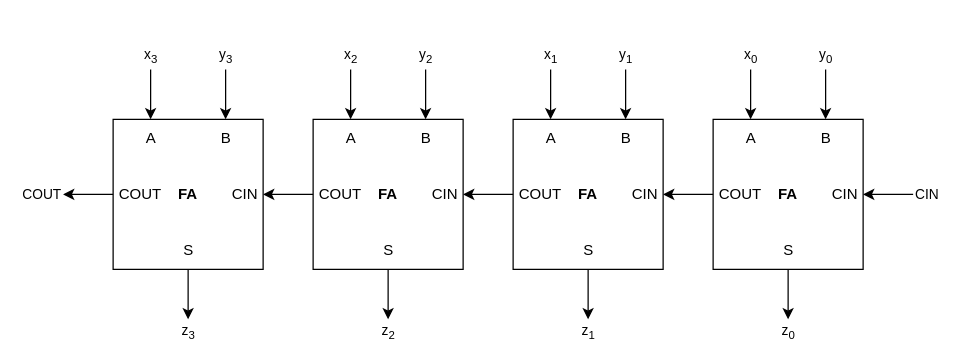
Before: 01_doc/03_drawings/01_design/butterfly/adder.drawio in Diogofernandes5/mthesis, a draw.io diagram. Source tidied: cells renumbered, new cells numbered last; positions are measured from the earlier drawing's top-left corner, leaving out a move shared by most shapes. Both pictures are drawn from the tidied source at 125%, with x=0, y=0 at pixel (62, 69).
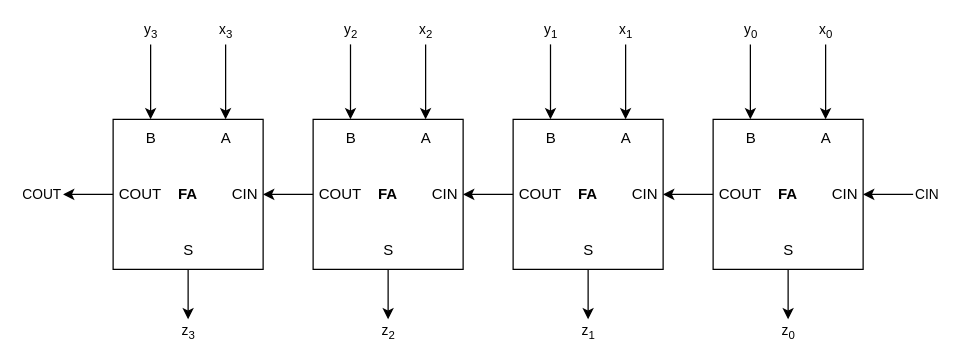
Above is the later version.

Diff of the diagram source:
```diff
@@
+    <mxCell id="13" value="FA" style="rounded=0;whiteSpace=wrap;html=1;fontStyle=1;" parent="1" vertex="1">
+      <mxGeometry x="360" y="40" width="120" height="120" as="geometry" />
+    </mxCell>
+    <mxCell id="23" value="FA" style="rounded=0;whiteSpace=wrap;html=1;fontStyle=1;" parent="1" vertex="1">
+      <mxGeometry x="200" y="40" width="120" height="120" as="geometry" />
+    </mxCell>
+    <mxCell id="33" value="FA" style="rounded=0;whiteSpace=wrap;html=1;fontStyle=1;" parent="1" vertex="1">
+      <mxGeometry x="40" y="40" width="120" height="120" as="geometry" />
+    </mxCell>
+    <mxCell id="43" value="B" style="text;html=1;align=center;verticalAlign=middle;points=[];strokeColor=none;fillColor=none;spacingRight=3;spacingLeft=3;" parent="1" vertex="1">
+      <mxGeometry x="535" y="40" width="30" height="30" as="geometry" />
+    </mxCell>
+    <mxCell id="44" value="A" style="text;html=1;align=center;verticalAlign=middle;points=[];strokeColor=none;fillColor=none;spacingRight=3;spacingLeft=3;" parent="1" vertex="1">
+      <mxGeometry x="595" y="40" width="30" height="30" as="geometry" />
+    </mxCell>
+    <mxCell id="45" value="B" style="text;html=1;align=center;verticalAlign=middle;points=[];strokeColor=none;fillColor=none;spacingRight=3;spacingLeft=3;" parent="1" vertex="1">
+      <mxGeometry x="375" y="40" width="30" height="30" as="geometry" />
+    </mxCell>
+    <mxCell id="46" value="A" style="text;html=1;align=center;verticalAlign=middle;points=[];strokeColor=none;fillColor=none;spacingRight=3;spacingLeft=3;" parent="1" vertex="1">
+      <mxGeometry x="435" y="40" width="30" height="30" as="geometry" />
+    </mxCell>
+    <mxCell id="47" value="B" style="text;html=1;align=center;verticalAlign=middle;points=[];strokeColor=none;fillColor=none;spacingRight=3;spacingLeft=3;" parent="1" vertex="1">
+      <mxGeometry x="215" y="40" width="30" height="30" as="geometry" />
+    </mxCell>
+    <mxCell id="48" value="A" style="text;html=1;align=center;verticalAlign=middle;points=[];strokeColor=none;fillColor=none;spacingRight=3;spacingLeft=3;" parent="1" vertex="1">
+      <mxGeometry x="275" y="40" width="30" height="30" as="geometry" />
+    </mxCell>
+    <mxCell id="49" value="B" style="text;html=1;align=center;verticalAlign=middle;points=[];strokeColor=none;fillColor=none;spacingRight=3;spacingLeft=3;" parent="1" vertex="1">
+      <mxGeometry x="55" y="40" width="30" height="30" as="geometry" />
+    </mxCell>
+    <mxCell id="50" value="A" style="text;html=1;align=center;verticalAlign=middle;points=[];strokeColor=none;fillColor=none;spacingRight=3;spacingLeft=3;" parent="1" vertex="1">
+      <mxGeometry x="115" y="40" width="30" height="30" as="geometry" />
+    </mxCell>
@@
-    <mxCell id="9" value="x&lt;sub&gt;0&lt;/sub&gt;" style="edgeStyle=orthogonalEdgeStyle;rounded=0;jettySize=auto;html=1;" parent="1" edge="1" target="10">
-      <mxGeometry x="-1" y="-10" relative="1" as="geometry">
-        <mxPoint x="550" as="sourcePoint" />
-        <Array as="points">
-          <mxPoint x="550" y="10" />
-          <mxPoint x="550" y="10" />
-        </Array>
-        <mxPoint x="10" y="-10" as="offset" />
-      </mxGeometry>
-    </mxCell>
-    <mxCell id="10" value="A" style="text;html=1;align=center;verticalAlign=middle;points=[];strokeColor=none;fillColor=none;spacingRight=3;spacingLeft=3;" parent="1" vertex="1">
-      <mxGeometry x="535" y="40" width="30" height="30" as="geometry" />
-    </mxCell>
-    <mxCell id="11" value="y&lt;sub&gt;0&lt;/sub&gt;" style="edgeStyle=orthogonalEdgeStyle;rounded=0;jettySize=auto;html=1;" parent="1" edge="1" target="12">
-      <mxGeometry x="-1" y="-10" relative="1" as="geometry">
-        <mxPoint x="610" as="sourcePoint" />
-        <Array as="points">
-          <mxPoint x="610" y="10" />
-          <mxPoint x="610" y="10" />
-        </Array>
-        <mxPoint x="10" y="-10" as="offset" />
-      </mxGeometry>
-    </mxCell>
-    <mxCell id="12" value="B" style="text;html=1;align=center;verticalAlign=middle;points=[];strokeColor=none;fillColor=none;spacingRight=3;spacingLeft=3;" parent="1" vertex="1">
-      <mxGeometry x="595" y="40" width="30" height="30" as="geometry" />
-    </mxCell>
-    <mxCell id="13" value="FA" style="rounded=0;whiteSpace=wrap;html=1;fontStyle=1;" parent="1" vertex="1">
-      <mxGeometry x="360" y="40" width="120" height="120" as="geometry" />
-    </mxCell>
@@
-    <mxCell id="19" value="x&lt;sub&gt;1&lt;/sub&gt;" style="edgeStyle=orthogonalEdgeStyle;rounded=0;jettySize=auto;html=1;" parent="1" edge="1" target="20">
-      <mxGeometry x="-1" y="-10" relative="1" as="geometry">
-        <mxPoint x="390" as="sourcePoint" />
-        <Array as="points">
-          <mxPoint x="390" y="10" />
-          <mxPoint x="390" y="10" />
-        </Array>
-        <mxPoint x="10" y="-10" as="offset" />
-      </mxGeometry>
-    </mxCell>
-    <mxCell id="20" value="A" style="text;html=1;align=center;verticalAlign=middle;points=[];strokeColor=none;fillColor=none;spacingRight=3;spacingLeft=3;" parent="1" vertex="1">
-      <mxGeometry x="375" y="40" width="30" height="30" as="geometry" />
-    </mxCell>
-    <mxCell id="21" value="y&lt;sub&gt;1&lt;/sub&gt;" style="edgeStyle=orthogonalEdgeStyle;rounded=0;jettySize=auto;html=1;" parent="1" edge="1" target="22">
-      <mxGeometry x="-1" y="-10" relative="1" as="geometry">
-        <mxPoint x="450" as="sourcePoint" />
-        <Array as="points">
-          <mxPoint x="450" y="10" />
-          <mxPoint x="450" y="10" />
-        </Array>
-        <mxPoint x="10" y="-10" as="offset" />
-      </mxGeometry>
-    </mxCell>
-    <mxCell id="22" value="B" style="text;html=1;align=center;verticalAlign=middle;points=[];strokeColor=none;fillColor=none;spacingRight=3;spacingLeft=3;" parent="1" vertex="1">
-      <mxGeometry x="435" y="40" width="30" height="30" as="geometry" />
-    </mxCell>
-    <mxCell id="23" value="FA" style="rounded=0;whiteSpace=wrap;html=1;fontStyle=1;" parent="1" vertex="1">
-      <mxGeometry x="200" y="40" width="120" height="120" as="geometry" />
-    </mxCell>
@@
-    <mxCell id="29" value="x&lt;sub&gt;2&lt;/sub&gt;" style="edgeStyle=orthogonalEdgeStyle;rounded=0;jettySize=auto;html=1;" parent="1" edge="1" target="30">
-      <mxGeometry x="-1" y="10" relative="1" as="geometry">
-        <mxPoint x="230" as="sourcePoint" />
-        <Array as="points">
-          <mxPoint x="230" y="21" />
-          <mxPoint x="230" y="21" />
-        </Array>
-        <mxPoint x="-10" y="-10" as="offset" />
-      </mxGeometry>
-    </mxCell>
-    <mxCell id="30" value="A" style="text;html=1;align=center;verticalAlign=middle;points=[];strokeColor=none;fillColor=none;spacingRight=3;spacingLeft=3;" parent="1" vertex="1">
-      <mxGeometry x="215" y="40" width="30" height="30" as="geometry" />
-    </mxCell>
-    <mxCell id="31" value="y&lt;sub&gt;2&lt;/sub&gt;" style="edgeStyle=orthogonalEdgeStyle;rounded=0;jettySize=auto;html=1;" parent="1" edge="1" target="32">
-      <mxGeometry x="-1" y="10" relative="1" as="geometry">
-        <mxPoint x="290" as="sourcePoint" />
-        <Array as="points">
-          <mxPoint x="290" y="21" />
-          <mxPoint x="290" y="21" />
-        </Array>
-        <mxPoint x="-10" y="-10" as="offset" />
-      </mxGeometry>
-    </mxCell>
-    <mxCell id="32" value="B" style="text;html=1;align=center;verticalAlign=middle;points=[];strokeColor=none;fillColor=none;spacingRight=3;spacingLeft=3;" parent="1" vertex="1">
-      <mxGeometry x="275" y="40" width="30" height="30" as="geometry" />
-    </mxCell>
-    <mxCell id="33" value="FA" style="rounded=0;whiteSpace=wrap;html=1;fontStyle=1;" parent="1" vertex="1">
-      <mxGeometry x="40" y="40" width="120" height="120" as="geometry" />
-    </mxCell>
@@
+    <mxCell id="11" value="y&lt;sub&gt;0&lt;/sub&gt;" style="edgeStyle=orthogonalEdgeStyle;rounded=0;jettySize=auto;html=1;endArrow=classic;endFill=1;" parent="1" edge="1" target="43">
+      <mxGeometry x="-1" y="-10" relative="1" as="geometry">
+        <mxPoint x="549.8" y="-20" as="sourcePoint" />
+        <Array as="points">
+          <mxPoint x="550" y="10" />
+          <mxPoint x="550" y="10" />
+        </Array>
+        <mxPoint x="10" y="-10" as="offset" />
+      </mxGeometry>
+    </mxCell>
+    <mxCell id="9" value="x&lt;sub&gt;0&lt;/sub&gt;" style="edgeStyle=orthogonalEdgeStyle;rounded=0;jettySize=auto;html=1;" parent="1" edge="1" target="44">
+      <mxGeometry x="-1" y="-10" relative="1" as="geometry">
+        <mxPoint x="610" y="-20" as="sourcePoint" />
+        <Array as="points">
+          <mxPoint x="610" y="10" />
+          <mxPoint x="610" y="10" />
+        </Array>
+        <mxPoint x="10" y="-10" as="offset" />
+      </mxGeometry>
+    </mxCell>
+    <mxCell id="21" value="y&lt;sub&gt;1&lt;/sub&gt;" style="edgeStyle=orthogonalEdgeStyle;rounded=0;jettySize=auto;html=1;endArrow=classic;endFill=1;" parent="1" edge="1" target="45">
+      <mxGeometry x="-1" y="-10" relative="1" as="geometry">
+        <mxPoint x="389.9" y="-20" as="sourcePoint" />
+        <Array as="points">
+          <mxPoint x="390" y="10" />
+          <mxPoint x="390" y="10" />
+        </Array>
+        <mxPoint x="10" y="-10" as="offset" />
+      </mxGeometry>
+    </mxCell>
+    <mxCell id="19" value="x&lt;sub&gt;1&lt;/sub&gt;" style="edgeStyle=orthogonalEdgeStyle;rounded=0;jettySize=auto;html=1;" parent="1" edge="1" target="46">
+      <mxGeometry x="-1" y="-10" relative="1" as="geometry">
+        <mxPoint x="450" y="-20" as="sourcePoint" />
+        <Array as="points">
+          <mxPoint x="450" y="10" />
+          <mxPoint x="450" y="10" />
+        </Array>
+        <mxPoint x="10" y="-10" as="offset" />
+      </mxGeometry>
+    </mxCell>
+    <mxCell id="31" value="y&lt;sub&gt;2&lt;/sub&gt;" style="edgeStyle=orthogonalEdgeStyle;rounded=0;jettySize=auto;html=1;endArrow=classic;endFill=1;" parent="1" edge="1" target="47">
+      <mxGeometry x="-1" y="10" relative="1" as="geometry">
+        <mxPoint x="229.9" y="-20" as="sourcePoint" />
+        <Array as="points">
+          <mxPoint x="230" y="10" />
+          <mxPoint x="230" y="10" />
+        </Array>
+        <mxPoint x="-10" y="-10" as="offset" />
+      </mxGeometry>
+    </mxCell>
+    <mxCell id="29" value="x&lt;sub&gt;2&lt;/sub&gt;" style="edgeStyle=orthogonalEdgeStyle;rounded=0;jettySize=auto;html=1;" parent="1" edge="1" target="48">
+      <mxGeometry x="-1" y="10" relative="1" as="geometry">
+        <mxPoint x="290" y="-20" as="sourcePoint" />
+        <Array as="points">
+          <mxPoint x="290" y="21" />
+          <mxPoint x="290" y="21" />
+        </Array>
+        <mxPoint x="-10" y="-10" as="offset" />
+      </mxGeometry>
+    </mxCell>
+    <mxCell id="41" value="y&lt;sub&gt;3&lt;/sub&gt;" style="edgeStyle=orthogonalEdgeStyle;rounded=0;jettySize=auto;html=1;endArrow=classic;endFill=1;" parent="1" edge="1" target="49">
+      <mxGeometry x="-1" y="10" relative="1" as="geometry">
+        <mxPoint x="70" y="-20" as="sourcePoint" />
+        <Array as="points">
+          <mxPoint x="70" />
+          <mxPoint x="70" />
+        </Array>
+        <mxPoint x="-10" y="-10" as="offset" />
+      </mxGeometry>
+    </mxCell>
-    <mxCell id="39" value="x&lt;sub&gt;3&lt;/sub&gt;" style="edgeStyle=orthogonalEdgeStyle;rounded=0;jettySize=auto;html=1;" parent="1" edge="1" target="40">
+    <mxCell id="39" value="x&lt;sub&gt;3&lt;/sub&gt;" style="edgeStyle=orthogonalEdgeStyle;rounded=0;jettySize=auto;html=1;" parent="1" edge="1" target="50">
       <mxGeometry x="-1" y="10" relative="1" as="geometry">
-        <mxPoint x="70" as="sourcePoint" />
+        <mxPoint x="130" y="-20" as="sourcePoint" />
         <Array as="points">
-          <mxPoint x="70" y="20" />
-          <mxPoint x="70" y="20" />
+          <mxPoint x="130" y="21" />
+          <mxPoint x="130" y="21" />
         </Array>
         <mxPoint x="-10" y="-10" as="offset" />
       </mxGeometry>
     </mxCell>
-    <mxCell id="40" value="A" style="text;html=1;align=center;verticalAlign=middle;points=[];strokeColor=none;fillColor=none;spacingRight=3;spacingLeft=3;" parent="1" vertex="1">
-      <mxGeometry x="55" y="40" width="30" height="30" as="geometry" />
-    </mxCell>
-    <mxCell id="41" value="y&lt;sub&gt;3&lt;/sub&gt;" style="edgeStyle=orthogonalEdgeStyle;rounded=0;jettySize=auto;html=1;" parent="1" edge="1" target="42">
-      <mxGeometry x="-1" y="10" relative="1" as="geometry">
-        <mxPoint x="130" as="sourcePoint" />
-        <Array as="points">
-          <mxPoint x="130" y="21" />
-          <mxPoint x="130" y="21" />
-        </Array>
-        <mxPoint x="-10" y="-10" as="offset" />
-      </mxGeometry>
-    </mxCell>
-    <mxCell id="42" value="B" style="text;html=1;align=center;verticalAlign=middle;points=[];strokeColor=none;fillColor=none;spacingRight=3;spacingLeft=3;" parent="1" vertex="1">
-      <mxGeometry x="115" y="40" width="30" height="30" as="geometry" />
-    </mxCell>
```
